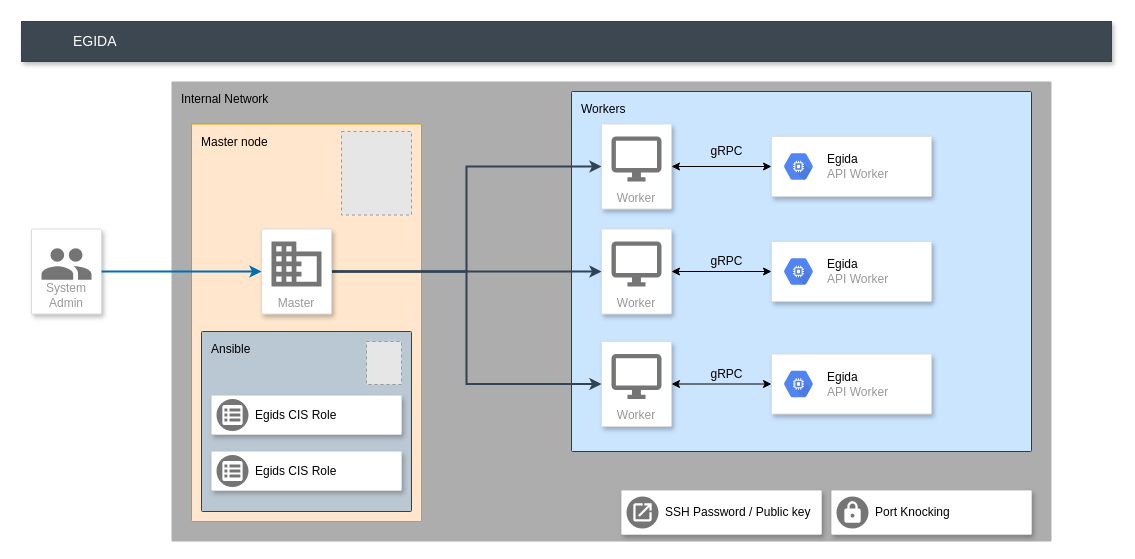
The draw.io diagram docs/egida.drawio in Egida-Kassandra/egida, before the edit. Source tidied: cells renumbered, new cells numbered last; positions are measured from the earlier drawing's top-left corner, leaving out a move shared by most shapes. Both pictures are drawn from the tidied source at 100%, with x=0, y=0 at pixel (21, 21). Pictures stored in the file or linked from it are replaced by grey dashed boxes.
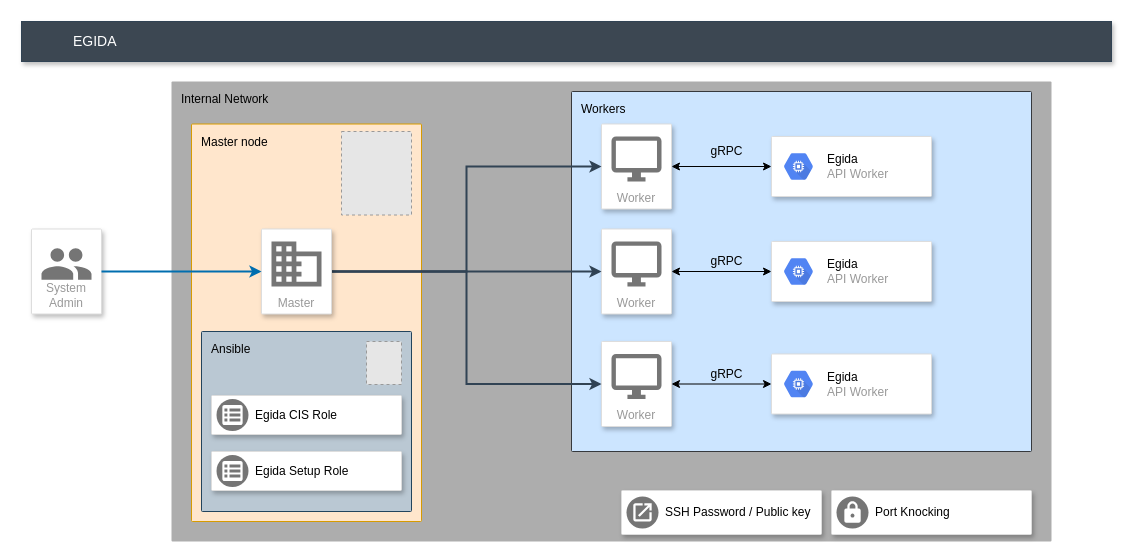
The same diagram, later.

The change refers to these unchanged cells:
```xml
<mxCell id="31" style="strokeColor=#dddddd;shadow=1;strokeWidth=1;rounded=1;absoluteArcSize=1;arcSize=2;" parent="1" vertex="1">
  <mxGeometry x="190" y="374" width="190" height="39" as="geometry" />
</mxCell>
<mxCell id="33" style="strokeColor=#dddddd;shadow=1;strokeWidth=1;rounded=1;absoluteArcSize=1;arcSize=2;" parent="1" vertex="1">
  <mxGeometry x="190" y="430" width="190" height="39" as="geometry" />
</mxCell>
```

What changed in the source:
```diff
@@
-    <mxCell id="32" value="Egids CIS Role" style="dashed=0;html=1;fillColor=#757575;strokeColor=none;shape=mxgraph.gcp2.external_payment_form;labelPosition=right;verticalLabelPosition=middle;align=left;verticalAlign=middle;spacingLeft=5;fontSize=12;" parent="31" vertex="1">
+    <mxCell id="32" value="Egida CIS Role" style="dashed=0;html=1;fillColor=#757575;strokeColor=none;shape=mxgraph.gcp2.external_payment_form;labelPosition=right;verticalLabelPosition=middle;align=left;verticalAlign=middle;spacingLeft=5;fontSize=12;" parent="31" vertex="1">
       <mxGeometry y="0.5" width="32" height="32" relative="1" as="geometry">
         <mxPoint x="5" y="-16" as="offset" />
       </mxGeometry>
     </mxCell>
@@
-    <mxCell id="34" value="Egids CIS Role" style="dashed=0;html=1;fillColor=#757575;strokeColor=none;shape=mxgraph.gcp2.external_payment_form;labelPosition=right;verticalLabelPosition=middle;align=left;verticalAlign=middle;spacingLeft=5;fontSize=12;" parent="33" vertex="1">
+    <mxCell id="34" value="Egida Setup Role" style="dashed=0;html=1;fillColor=#757575;strokeColor=none;shape=mxgraph.gcp2.external_payment_form;labelPosition=right;verticalLabelPosition=middle;align=left;verticalAlign=middle;spacingLeft=5;fontSize=12;" parent="33" vertex="1">
       <mxGeometry y="0.5" width="32" height="32" relative="1" as="geometry">
         <mxPoint x="5" y="-16" as="offset" />
       </mxGeometry>
     </mxCell>
```
